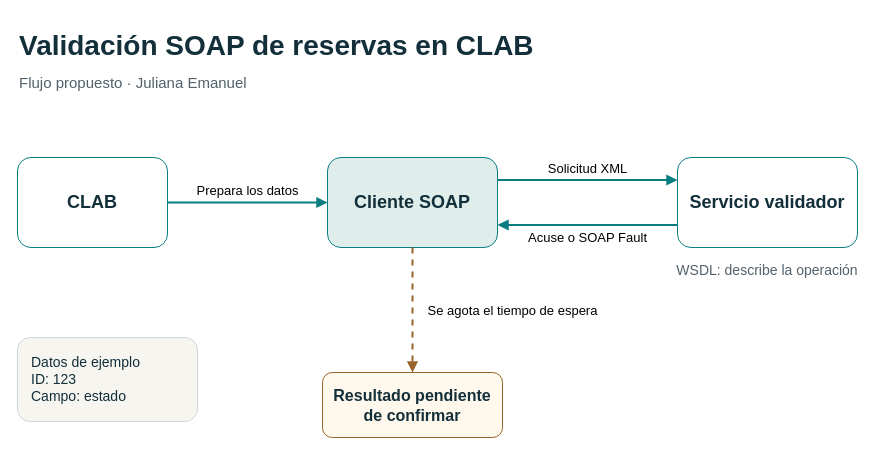
The draw.io diagram diagramas/juliana-soap.drawio in yaser-uwu/GA-SUM-01-EXP-1-, before the edit. Source tidied: cells renumbered, new cells numbered last; positions are measured from the earlier drawing's top-left corner, leaving out a move shared by most shapes. Both pictures are drawn from the tidied source at 100%, with x=0, y=0 at pixel (17, 17).
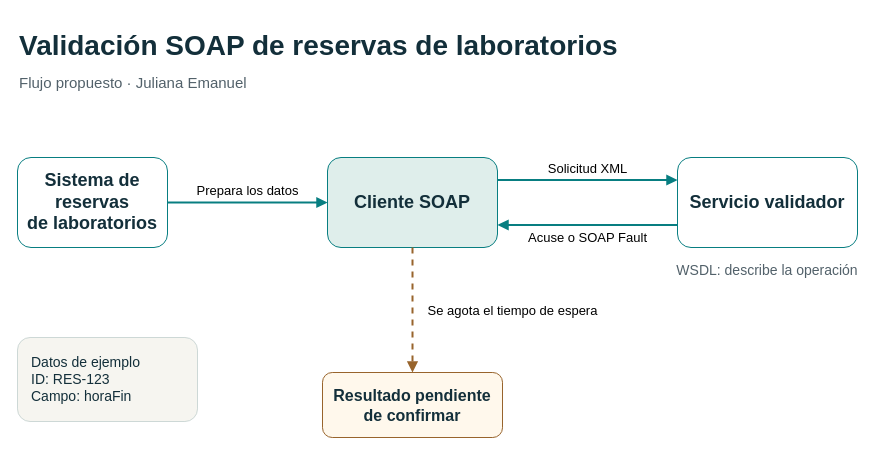
The same page after the edit.

Commit message (it also covers changes not shown here):
Usa el nombre del sistema de reservas en el diagrama SOAP

Diff of the diagram source:
```diff
@@
 <mxGraphModel>
   <root>
     <mxCell id="0" />
     <mxCell id="1" parent="0" />
-    <mxCell id="2" value="Validación SOAP de reservas en CLAB" style="text;align=left;verticalAlign=middle;fontSize=28;fontStyle=1;fontColor=#132F3A;" parent="1" vertex="1">
+    <mxCell id="2" value="Validación SOAP de reservas de laboratorios" style="text;align=left;verticalAlign=middle;fontSize=28;fontStyle=1;fontColor=#132F3A;" parent="1" vertex="1">
       <mxGeometry width="840" height="50" as="geometry" />
     </mxCell>
     <mxCell id="3" value="Flujo propuesto · Juliana Emanuel" style="text;align=left;verticalAlign=middle;fontSize=15;fontColor=#52616A;" parent="1" vertex="1">
       <mxGeometry y="51" width="840" height="26" as="geometry" />
     </mxCell>
-    <mxCell id="4" value="CLAB" style="rounded=1;whiteSpace=wrap;html=1;fillColor=#FFFFFF;strokeColor=#087E81;fontColor=#132F3A;fontSize=18;fontStyle=1;" parent="1" vertex="1">
+    <mxCell id="4" value="Sistema de reservas&lt;br&gt;de laboratorios" style="rounded=1;whiteSpace=wrap;html=1;fillColor=#FFFFFF;strokeColor=#087E81;fontColor=#132F3A;fontSize=18;fontStyle=1;" parent="1" vertex="1">
       <mxGeometry y="140" width="150" height="90" as="geometry" />
     </mxCell>
     <mxCell id="5" value="Cliente SOAP" style="rounded=1;whiteSpace=wrap;html=1;fillColor=#DFEEEB;strokeColor=#087E81;fontColor=#132F3A;fontSize=18;fontStyle=1;" parent="1" vertex="1">
       <mxGeometry x="310" y="140" width="170" height="90" as="geometry" />
     </mxCell>
     <mxCell id="6" value="Servicio validador" style="rounded=1;whiteSpace=wrap;html=1;fillColor=#FFFFFF;strokeColor=#087E81;fontColor=#132F3A;fontSize=18;fontStyle=1;" parent="1" vertex="1">
       <mxGeometry x="660" y="140" width="180" height="90" as="geometry" />
     </mxCell>
     <mxCell id="7" value="WSDL: describe la operación" style="text;align=center;verticalAlign=middle;fontSize=14;fontColor=#52616A;" parent="1" vertex="1">
       <mxGeometry x="645" y="238" width="210" height="28" as="geometry" />
     </mxCell>
     <mxCell id="8" value="Resultado pendiente&lt;br&gt;de confirmar" style="rounded=1;whiteSpace=wrap;html=1;fillColor=#FFF8EC;strokeColor=#98642C;fontColor=#132F3A;fontSize=16;fontStyle=1;" parent="1" vertex="1">
       <mxGeometry x="305" y="355" width="180" height="65" as="geometry" />
     </mxCell>
     <mxCell id="9" value="Prepara los datos" style="edgeStyle=orthogonalEdgeStyle;exitX=1;exitY=0.5;entryX=0;entryY=0.5;html=1;endArrow=block;strokeColor=#087E81;strokeWidth=2;fontSize=13;labelBackgroundColor=#FFFFFF;" parent="1" edge="1" source="4" target="5">
       <mxGeometry relative="1" as="geometry">
         <mxPoint y="-12" as="offset" />
       </mxGeometry>
     </mxCell>
     <mxCell id="10" value="Solicitud XML" style="edgeStyle=orthogonalEdgeStyle;exitX=1;exitY=0.25;entryX=0;entryY=0.25;html=1;endArrow=block;strokeColor=#087E81;strokeWidth=2;fontSize=13;labelBackgroundColor=#FFFFFF;" parent="1" edge="1" source="5" target="6">
       <mxGeometry relative="1" as="geometry">
         <mxPoint y="-12" as="offset" />
       </mxGeometry>
     </mxCell>
     <mxCell id="11" value="Acuse o SOAP Fault" style="edgeStyle=orthogonalEdgeStyle;exitX=0;exitY=0.75;entryX=1;entryY=0.75;html=1;endArrow=block;strokeColor=#087E81;strokeWidth=2;fontSize=13;labelBackgroundColor=#FFFFFF;" parent="1" edge="1" source="6" target="5">
       <mxGeometry relative="1" as="geometry">
         <mxPoint y="12" as="offset" />
       </mxGeometry>
     </mxCell>
     <mxCell id="12" value="Se agota el tiempo de espera" style="edgeStyle=orthogonalEdgeStyle;exitX=0.5;exitY=1;entryX=0.5;entryY=0;html=1;endArrow=block;dashed=1;strokeColor=#98642C;strokeWidth=2;fontSize=13;labelBackgroundColor=#FFFFFF;" parent="1" edge="1" source="5" target="8">
       <mxGeometry relative="1" as="geometry">
         <mxPoint x="100" as="offset" />
       </mxGeometry>
     </mxCell>
-    <mxCell id="13" value="Datos de ejemplo&lt;br&gt;ID: 123&lt;br&gt;Campo: estado" style="rounded=1;whiteSpace=wrap;html=1;align=left;spacingLeft=12;fillColor=#F6F5F0;strokeColor=#CDD8D6;fontColor=#132F3A;fontSize=14;" parent="1" vertex="1">
+    <mxCell id="13" value="Datos de ejemplo&lt;br&gt;ID: RES-123&lt;br&gt;Campo: horaFin" style="rounded=1;whiteSpace=wrap;html=1;align=left;spacingLeft=12;fillColor=#F6F5F0;strokeColor=#CDD8D6;fontColor=#132F3A;fontSize=14;" parent="1" vertex="1">
       <mxGeometry y="320" width="180" height="84" as="geometry" />
     </mxCell>
   </root>
 </mxGraphModel>
```
